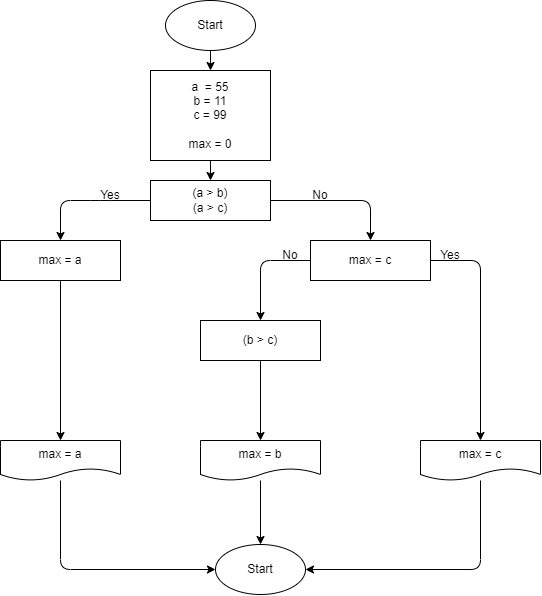
This is Lessons01/Homework/Lesson01/Task002/diagram.drawio.png from Mypulse/dotnet, a draw.io export, as it was before one commit. Source tidied: cells renumbered, new cells last; positions are measured from the earlier drawing's top-left corner, leaving out a move shared by most shapes.
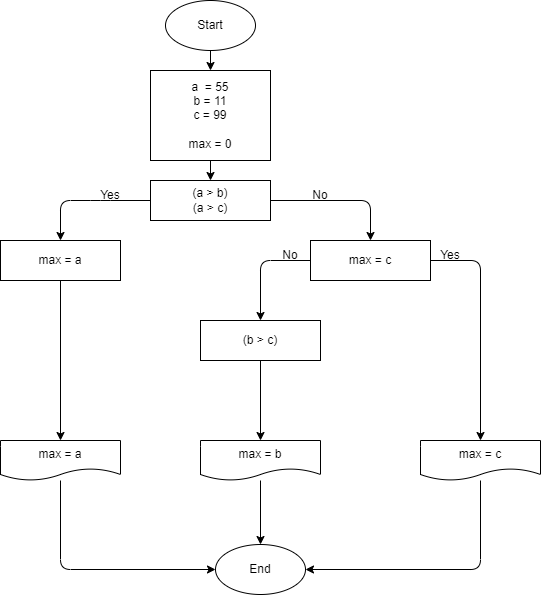
The same file after the commit.

Diff of the diagram source:
```diff
@@ -99,7 +99,7 @@
     <mxCell id="25" value="No" style="text;html=1;strokeColor=none;fillColor=none;align=center;verticalAlign=middle;whiteSpace=wrap;rounded=0;" parent="1" vertex="1">
       <mxGeometry x="260" y="240" width="60" height="30" as="geometry" />
     </mxCell>
-    <mxCell id="26" value="Start" style="ellipse;whiteSpace=wrap;html=1;" parent="1" vertex="1">
+    <mxCell id="26" value="End" style="ellipse;whiteSpace=wrap;html=1;" parent="1" vertex="1">
       <mxGeometry x="215" y="544" width="90" height="50" as="geometry" />
     </mxCell>
   </root>
```
